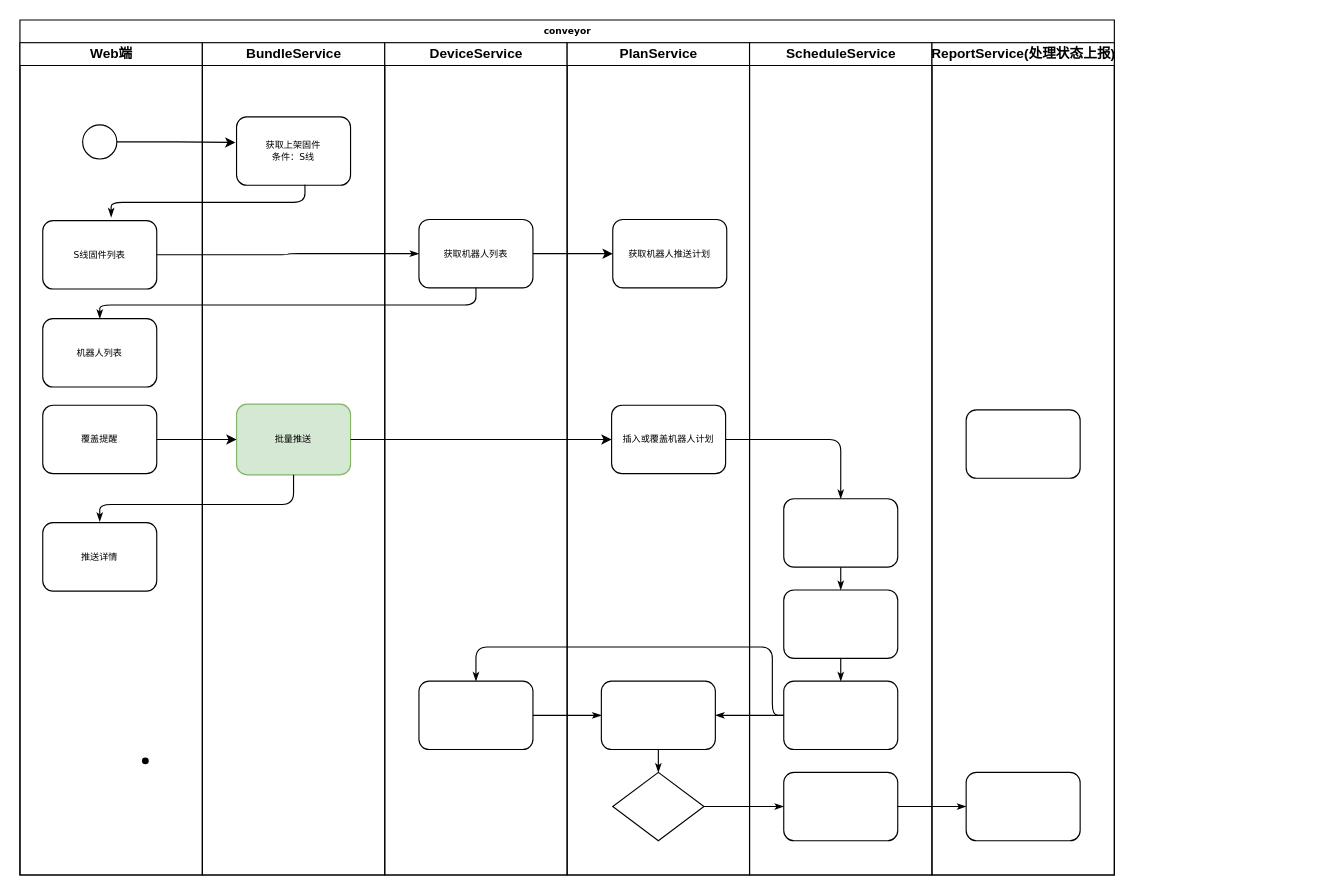
Earlier version of the draw.io diagram craft/ota_plan_mgr.drawio (feihu618/drawio). Source tidied: cells renumbered, new cells numbered last; positions are measured from the earlier drawing's top-left corner, leaving out a move shared by most shapes. Both pictures are drawn from the tidied source at 114%, with x=0, y=0 at pixel (19, 19).
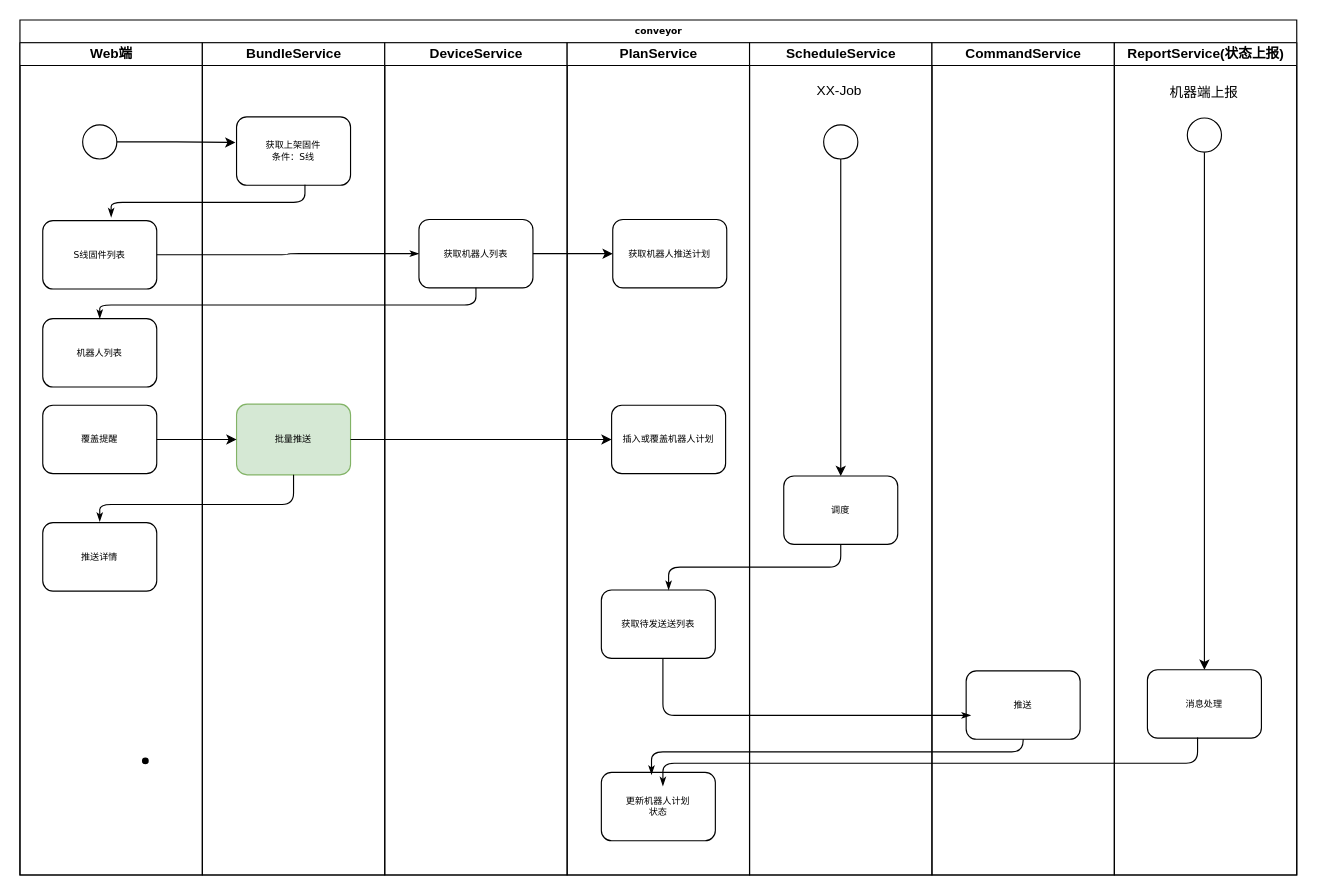
The same diagram, later.

The change refers to these unchanged cells:
```xml
<mxCell id="20" value="DeviceService" style="swimlane;html=1;startSize=20;" parent="2" vertex="1">
  <mxGeometry x="320" y="20" width="160" height="730" as="geometry" />
</mxCell>
<mxCell id="23" value="PlanService" style="swimlane;html=1;startSize=20;" parent="2" vertex="1">
  <mxGeometry x="480" y="20" width="160" height="730" as="geometry" />
</mxCell>
<mxCell id="24" value="插入或覆盖机器人计划" style="rounded=1;whiteSpace=wrap;html=1;shadow=0;labelBackgroundColor=none;strokeWidth=1;fontFamily=Verdana;fontSize=8;align=center;" parent="23" vertex="1">
  <mxGeometry x="39" y="318" width="100" height="60" as="geometry" />
</mxCell>
<mxCell id="29" value="ScheduleService" style="swimlane;html=1;startSize=20;" parent="2" vertex="1">
  <mxGeometry x="640" y="20" width="160" height="730" as="geometry" />
</mxCell>
```

Change to the diagram source:
```diff
@@
     <mxCell id="2" value="conveyor" style="swimlane;html=1;startSize=20;rounded=0;shadow=0;labelBackgroundColor=none;strokeWidth=1;fontFamily=Verdana;fontSize=8;align=center;" parent="1" vertex="1">
-      <mxGeometry width="960" height="750" as="geometry" />
+      <mxGeometry width="1120" height="750" as="geometry" />
     </mxCell>
@@
-    <mxCell id="10" style="edgeStyle=orthogonalEdgeStyle;rounded=1;html=1;labelBackgroundColor=none;startArrow=none;startFill=0;startSize=5;endArrow=classicThin;endFill=1;endSize=5;jettySize=auto;strokeWidth=1;fontFamily=Verdana;fontSize=8;" parent="2" edge="1" source="26" target="33">
-      <mxGeometry relative="1" as="geometry" />
-    </mxCell>
-    <mxCell id="11" style="edgeStyle=orthogonalEdgeStyle;rounded=1;html=1;labelBackgroundColor=none;startArrow=none;startFill=0;startSize=5;endArrow=classicThin;endFill=1;endSize=5;jettySize=auto;strokeWidth=1;fontFamily=Verdana;fontSize=8;" parent="2" edge="1" source="33" target="37">
-      <mxGeometry relative="1" as="geometry" />
-    </mxCell>
-    <mxCell id="12" style="edgeStyle=orthogonalEdgeStyle;rounded=1;html=1;labelBackgroundColor=none;startArrow=none;startFill=0;startSize=5;endArrow=classicThin;endFill=1;endSize=5;jettySize=auto;strokeWidth=1;fontFamily=Verdana;fontSize=8;" parent="2" edge="1" source="24" target="30">
-      <mxGeometry relative="1" as="geometry" />
-    </mxCell>
-    <mxCell id="13" style="edgeStyle=orthogonalEdgeStyle;rounded=1;html=1;labelBackgroundColor=none;startArrow=none;startFill=0;startSize=5;endArrow=classicThin;endFill=1;endSize=5;jettySize=auto;strokeWidth=1;fontFamily=Verdana;fontSize=8;" parent="2" edge="1" source="32" target="22">
-      <mxGeometry relative="1" as="geometry">
-        <Array as="points">
-          <mxPoint x="660" y="610" />
-          <mxPoint x="660" y="550" />
-          <mxPoint x="400" y="550" />
-        </Array>
-      </mxGeometry>
-    </mxCell>
-    <mxCell id="14" style="edgeStyle=orthogonalEdgeStyle;rounded=1;html=1;labelBackgroundColor=none;startArrow=none;startFill=0;startSize=5;endArrow=classicThin;endFill=1;endSize=5;jettySize=auto;strokeColor=#000000;strokeWidth=1;fontFamily=Verdana;fontSize=8;fontColor=#000000;" parent="2" edge="1" source="32" target="25">
-      <mxGeometry relative="1" as="geometry" />
-    </mxCell>
-    <mxCell id="15" style="edgeStyle=orthogonalEdgeStyle;rounded=1;html=1;labelBackgroundColor=none;startArrow=none;startFill=0;startSize=5;endArrow=classicThin;endFill=1;endSize=5;jettySize=auto;strokeWidth=1;fontFamily=Verdana;fontSize=8;" parent="2" edge="1" source="22" target="25">
-      <mxGeometry relative="1" as="geometry" />
-    </mxCell>
@@
-    <mxCell id="22" style="rounded=1;whiteSpace=wrap;html=1;shadow=0;labelBackgroundColor=none;strokeWidth=1;fontFamily=Verdana;fontSize=8;align=center;" parent="20" vertex="1">
-      <mxGeometry x="30" y="560" width="100" height="60" as="geometry" />
-    </mxCell>
@@
-    <mxCell id="25" style="rounded=1;whiteSpace=wrap;html=1;shadow=0;labelBackgroundColor=none;strokeWidth=1;fontFamily=Verdana;fontSize=8;align=center;" parent="23" vertex="1">
-      <mxGeometry x="30" y="560" width="100" height="60" as="geometry" />
-    </mxCell>
-    <mxCell id="26" style="rhombus;whiteSpace=wrap;html=1;rounded=0;shadow=0;labelBackgroundColor=none;strokeWidth=1;fontFamily=Verdana;fontSize=8;align=center;" parent="23" vertex="1">
-      <mxGeometry x="40" y="640" width="80" height="60" as="geometry" />
-    </mxCell>
-    <mxCell id="27" style="edgeStyle=orthogonalEdgeStyle;rounded=1;html=1;labelBackgroundColor=none;startArrow=none;startFill=0;startSize=5;endArrow=classicThin;endFill=1;endSize=5;jettySize=auto;strokeWidth=1;fontFamily=Verdana;fontSize=8;" parent="23" edge="1" source="25" target="26">
-      <mxGeometry relative="1" as="geometry" />
-    </mxCell>
@@
+    <mxCell id="46" value="获取待发送送列表" style="rounded=1;whiteSpace=wrap;html=1;shadow=0;labelBackgroundColor=none;strokeWidth=1;fontFamily=Verdana;fontSize=8;align=center;" parent="23" vertex="1">
+      <mxGeometry x="30" y="480" width="100" height="60" as="geometry" />
+    </mxCell>
+    <mxCell id="47" value="更新机器人计划&lt;br&gt;状态" style="rounded=1;whiteSpace=wrap;html=1;shadow=0;labelBackgroundColor=none;strokeWidth=1;fontFamily=Verdana;fontSize=8;align=center;" parent="23" vertex="1">
+      <mxGeometry x="30" y="640" width="100" height="60" as="geometry" />
+    </mxCell>
@@
-    <mxCell id="30" style="rounded=1;whiteSpace=wrap;html=1;shadow=0;labelBackgroundColor=none;strokeWidth=1;fontFamily=Verdana;fontSize=8;align=center;" parent="29" vertex="1">
-      <mxGeometry x="30" y="400" width="100" height="60" as="geometry" />
+    <mxCell id="30" value="调度" style="rounded=1;whiteSpace=wrap;html=1;shadow=0;labelBackgroundColor=none;strokeWidth=1;fontFamily=Verdana;fontSize=8;align=center;" parent="29" vertex="1">
+      <mxGeometry x="30" y="380" width="100" height="60" as="geometry" />
     </mxCell>
-    <mxCell id="31" style="rounded=1;whiteSpace=wrap;html=1;shadow=0;labelBackgroundColor=none;strokeWidth=1;fontFamily=Verdana;fontSize=8;align=center;" parent="29" vertex="1">
-      <mxGeometry x="30" y="480" width="100" height="60" as="geometry" />
-    </mxCell>
-    <mxCell id="32" style="rounded=1;whiteSpace=wrap;html=1;shadow=0;labelBackgroundColor=none;strokeWidth=1;fontFamily=Verdana;fontSize=8;align=center;" parent="29" vertex="1">
-      <mxGeometry x="30" y="560" width="100" height="60" as="geometry" />
-    </mxCell>
-    <mxCell id="33" style="rounded=1;whiteSpace=wrap;html=1;shadow=0;labelBackgroundColor=none;strokeWidth=1;fontFamily=Verdana;fontSize=8;align=center;" parent="29" vertex="1">
-      <mxGeometry x="30" y="640" width="100" height="60" as="geometry" />
-    </mxCell>
-    <mxCell id="34" style="edgeStyle=orthogonalEdgeStyle;rounded=1;html=1;labelBackgroundColor=none;startArrow=none;startFill=0;startSize=5;endArrow=classicThin;endFill=1;endSize=5;jettySize=auto;strokeWidth=1;fontFamily=Verdana;fontSize=8;" parent="29" edge="1" source="30" target="31">
-      <mxGeometry relative="1" as="geometry" />
-    </mxCell>
-    <mxCell id="35" style="edgeStyle=orthogonalEdgeStyle;rounded=1;html=1;labelBackgroundColor=none;startArrow=none;startFill=0;startSize=5;endArrow=classicThin;endFill=1;endSize=5;jettySize=auto;strokeWidth=1;fontFamily=Verdana;fontSize=8;" parent="29" edge="1" source="31" target="32">
-      <mxGeometry relative="1" as="geometry" />
-    </mxCell>
-    <mxCell id="36" value="ReportService(处理状态上报)" style="swimlane;html=1;startSize=20;" parent="2" vertex="1">
-      <mxGeometry x="800" y="20" width="160" height="730" as="geometry" />
-    </mxCell>
-    <mxCell id="37" style="rounded=1;whiteSpace=wrap;html=1;shadow=0;labelBackgroundColor=none;strokeWidth=1;fontFamily=Verdana;fontSize=8;align=center;" parent="36" vertex="1">
-      <mxGeometry x="30" y="640" width="100" height="60" as="geometry" />
-    </mxCell>
-    <mxCell id="38" style="rounded=1;whiteSpace=wrap;html=1;shadow=0;labelBackgroundColor=none;strokeWidth=1;fontFamily=Verdana;fontSize=8;align=center;" parent="36" vertex="1">
-      <mxGeometry x="30" y="322" width="100" height="60" as="geometry" />
-    </mxCell>
+    <mxCell id="48" style="edgeStyle=orthogonalEdgeStyle;rounded=0;jettySize=auto;html=1;entryX=0.5;entryY=0;entryDx=0;entryDy=0;" parent="29" edge="1" source="49" target="30">
+      <mxGeometry relative="1" as="geometry" />
+    </mxCell>
+    <mxCell id="49" style="ellipse;whiteSpace=wrap;html=1;" parent="29" vertex="1">
+      <mxGeometry x="65" y="72" width="30" height="30" as="geometry" />
+    </mxCell>
+    <mxCell id="50" value="XX-Job" style="text;strokeColor=none;align=center;fillColor=none;html=1;verticalAlign=middle;whiteSpace=wrap;rounded=0;" parent="29" vertex="1">
+      <mxGeometry x="49" y="27" width="60" height="30" as="geometry" />
+    </mxCell>
+    <mxCell id="51" style="edgeStyle=orthogonalEdgeStyle;rounded=1;html=1;labelBackgroundColor=none;startArrow=none;startFill=0;startSize=5;endArrow=classicThin;endFill=1;endSize=5;jettySize=auto;orthogonalLoop=1;strokeWidth=1;fontFamily=Verdana;fontSize=8;" parent="29" edge="1">
+      <mxGeometry relative="1" as="geometry">
+        <mxPoint x="240" y="600" as="sourcePoint" />
+        <mxPoint x="-86" y="642" as="targetPoint" />
+        <Array as="points">
+          <mxPoint x="-86" y="622" />
+        </Array>
+      </mxGeometry>
+    </mxCell>
@@
+    <mxCell id="36" value="CommandService" style="swimlane;html=1;startSize=20;" parent="2" vertex="1">
+      <mxGeometry x="800" y="20" width="160" height="730" as="geometry" />
+    </mxCell>
+    <mxCell id="38" value="推送" style="rounded=1;whiteSpace=wrap;html=1;shadow=0;labelBackgroundColor=none;strokeWidth=1;fontFamily=Verdana;fontSize=8;align=center;" parent="36" vertex="1">
+      <mxGeometry x="30" y="551" width="100" height="60" as="geometry" />
+    </mxCell>
+    <mxCell id="34" style="edgeStyle=orthogonalEdgeStyle;rounded=1;html=1;labelBackgroundColor=none;startArrow=none;startFill=0;startSize=5;endArrow=classicThin;endFill=1;endSize=5;jettySize=auto;strokeWidth=1;fontFamily=Verdana;fontSize=8;" parent="2" edge="1" source="30" target="46">
+      <mxGeometry relative="1" as="geometry">
+        <Array as="points">
+          <mxPoint x="720" y="480" />
+          <mxPoint x="569" y="480" />
+        </Array>
+      </mxGeometry>
+    </mxCell>
+    <mxCell id="52" style="edgeStyle=orthogonalEdgeStyle;rounded=1;html=1;labelBackgroundColor=none;startArrow=none;startFill=0;startSize=5;endArrow=classicThin;endFill=1;endSize=5;jettySize=auto;orthogonalLoop=1;strokeWidth=1;fontFamily=Verdana;fontSize=8;exitX=0.5;exitY=1;exitDx=0;exitDy=0;" parent="2" edge="1">
+      <mxGeometry relative="1" as="geometry">
+        <mxPoint x="564" y="560" as="sourcePoint" />
+        <mxPoint x="834" y="610" as="targetPoint" />
+        <Array as="points">
+          <mxPoint x="564" y="610" />
+        </Array>
+      </mxGeometry>
+    </mxCell>
@@
+    <mxCell id="53" value="ReportService(状态上报)" style="swimlane;html=1;startSize=20;" parent="1" vertex="1">
+      <mxGeometry x="960" y="20" width="160" height="730" as="geometry" />
+    </mxCell>
+    <mxCell id="54" value="消息处理" style="rounded=1;whiteSpace=wrap;html=1;shadow=0;labelBackgroundColor=none;strokeWidth=1;fontFamily=Verdana;fontSize=8;align=center;" parent="53" vertex="1">
+      <mxGeometry x="29" y="550" width="100" height="60" as="geometry" />
+    </mxCell>
+    <mxCell id="55" style="edgeStyle=orthogonalEdgeStyle;rounded=0;jettySize=auto;html=1;" parent="53" edge="1" source="56" target="54">
+      <mxGeometry relative="1" as="geometry" />
+    </mxCell>
+    <mxCell id="56" style="ellipse;whiteSpace=wrap;html=1;" parent="53" vertex="1">
+      <mxGeometry x="64" y="66" width="30" height="30" as="geometry" />
+    </mxCell>
+    <mxCell id="57" value="机器端上报" style="text;strokeColor=none;align=center;fillColor=none;html=1;verticalAlign=middle;whiteSpace=wrap;rounded=0;" parent="53" vertex="1">
+      <mxGeometry x="44" y="29" width="70" height="30" as="geometry" />
+    </mxCell>
+    <mxCell id="58" style="edgeStyle=orthogonalEdgeStyle;rounded=1;html=1;labelBackgroundColor=none;startArrow=none;startFill=0;startSize=5;endArrow=classicThin;endFill=1;endSize=5;jettySize=auto;strokeWidth=1;fontFamily=Verdana;fontSize=8;exitX=0.44;exitY=0.992;exitDx=0;exitDy=0;exitPerimeter=0;" parent="1" edge="1" source="54">
+      <mxGeometry relative="1" as="geometry">
+        <mxPoint x="564" y="672" as="targetPoint" />
+        <Array as="points">
+          <mxPoint x="1033" y="652" />
+          <mxPoint x="564" y="652" />
+        </Array>
+      </mxGeometry>
+    </mxCell>
```
